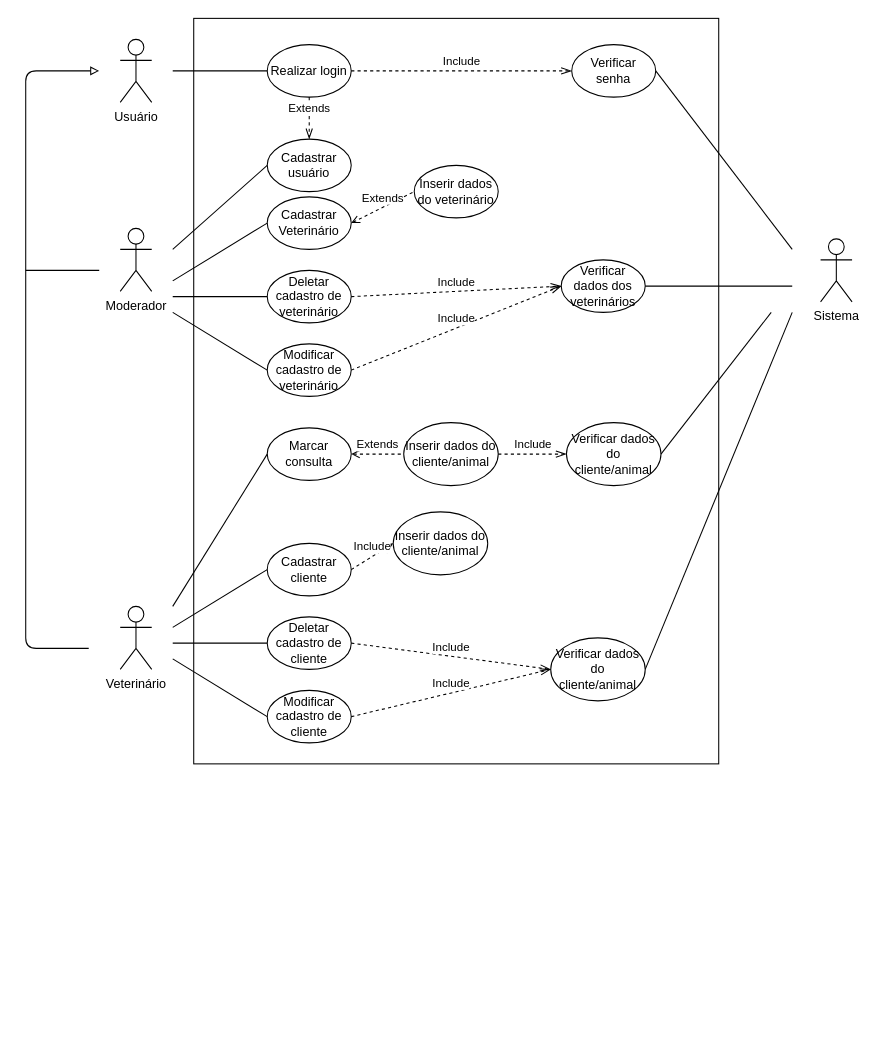
Robert-025/PetMed keeps this draw.io diagram as page "Caso de uso" (1 of 3) of PetMed(1).drawio. Above is the earlier version. Source tidied: cells renumbered, new cells numbered last; positions are measured from the earlier drawing's top-left corner, leaving out a move shared by most shapes. Both pictures are drawn from the tidied source at 105%, with x=0, y=0 at pixel (25, 18).
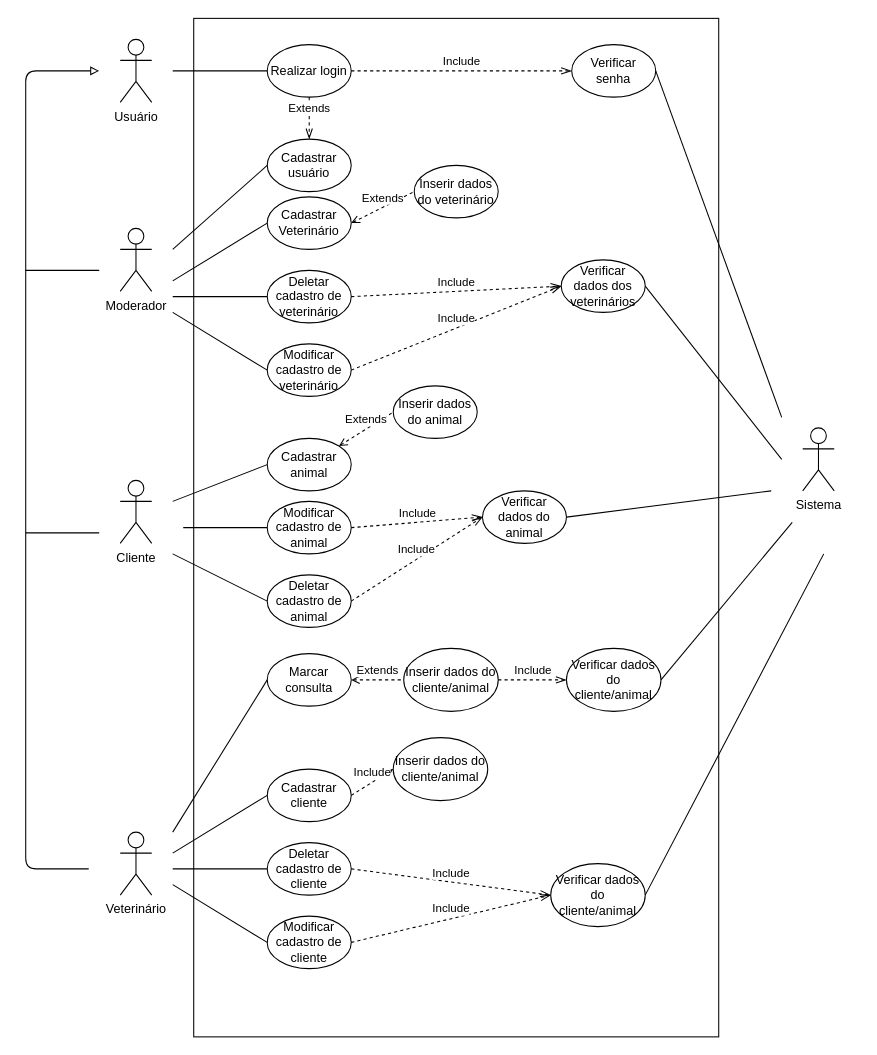
After the change.

Unchanged cells that the change refers to:
```xml
<mxCell id="27" value="Verificar senha" style="ellipse;whiteSpace=wrap;html=1;" parent="1" vertex="1">
  <mxGeometry x="520" y="25" width="80" height="50" as="geometry" />
</mxCell>
<mxCell id="32" value="Verificar dados dos veterinários" style="ellipse;whiteSpace=wrap;html=1;" parent="1" vertex="1">
  <mxGeometry x="510" y="230" width="80" height="50" as="geometry" />
</mxCell>
```

The edit, as a diff of the source:
```diff
@@
     <mxCell id="3" style="html=1;" parent="1" vertex="1">
-      <mxGeometry x="160" width="500" height="710" as="geometry" />
+      <mxGeometry x="160" width="500" height="970" as="geometry" />
     </mxCell>
     <mxCell id="4" value="Veterinário" style="shape=umlActor;verticalLabelPosition=bottom;verticalAlign=top;html=1;" parent="1" vertex="1">
-      <mxGeometry x="90" y="560" width="30" height="60" as="geometry" />
+      <mxGeometry x="90" y="775" width="30" height="60" as="geometry" />
     </mxCell>
@@
     <mxCell id="7" style="endArrow=block;html=1;endFill=0;" parent="1" edge="1">
       <mxGeometry relative="1" as="geometry">
-        <mxPoint x="60" y="600" as="sourcePoint" />
+        <mxPoint x="60" y="810" as="sourcePoint" />
         <mxPoint x="70" y="50" as="targetPoint" />
         <Array as="points">
-          <mxPoint y="600" />
+          <mxPoint y="810" />
           <mxPoint y="260" />
           <mxPoint y="50" />
         </Array>
       </mxGeometry>
     </mxCell>
@@
     <mxCell id="9" value="Cadastrar cliente" style="ellipse;whiteSpace=wrap;html=1;" parent="1" vertex="1">
-      <mxGeometry x="230" y="500" width="80" height="50" as="geometry" />
+      <mxGeometry x="230" y="715" width="80" height="50" as="geometry" />
     </mxCell>
     <mxCell id="10" value="Deletar cadastro de cliente" style="ellipse;whiteSpace=wrap;html=1;" parent="1" vertex="1">
-      <mxGeometry x="230" y="570" width="80" height="50" as="geometry" />
+      <mxGeometry x="230" y="785" width="80" height="50" as="geometry" />
     </mxCell>
     <mxCell id="11" value="Modificar cadastro de cliente" style="ellipse;whiteSpace=wrap;html=1;" parent="1" vertex="1">
-      <mxGeometry x="230" y="640" width="80" height="50" as="geometry" />
+      <mxGeometry x="230" y="855" width="80" height="50" as="geometry" />
     </mxCell>
     <mxCell id="12" style="endArrow=none;html=1;entryX=0;entryY=0.5;entryDx=0;entryDy=0;" parent="1" edge="1" target="10">
       <mxGeometry relative="1" as="geometry">
-        <mxPoint x="140" y="595" as="sourcePoint" />
+        <mxPoint x="140" y="810" as="sourcePoint" />
       </mxGeometry>
     </mxCell>
     <mxCell id="13" style="endArrow=none;html=1;entryX=0;entryY=0.5;entryDx=0;entryDy=0;" parent="1" edge="1" target="9">
       <mxGeometry relative="1" as="geometry">
-        <mxPoint x="140" y="580" as="sourcePoint" />
+        <mxPoint x="140" y="795" as="sourcePoint" />
       </mxGeometry>
     </mxCell>
     <mxCell id="14" style="endArrow=none;html=1;entryX=0;entryY=0.5;entryDx=0;entryDy=0;" parent="1" edge="1" target="11">
       <mxGeometry relative="1" as="geometry">
-        <mxPoint x="140" y="610" as="sourcePoint" />
+        <mxPoint x="140" y="825" as="sourcePoint" />
       </mxGeometry>
     </mxCell>
@@
     <mxCell id="29" value="Sistema" style="shape=umlActor;verticalLabelPosition=bottom;verticalAlign=top;html=1;" parent="1" vertex="1">
-      <mxGeometry x="757" y="210" width="30" height="60" as="geometry" />
+      <mxGeometry x="740" y="390" width="30" height="60" as="geometry" />
     </mxCell>
@@
     <mxCell id="31" value="Inserir dados do cliente/animal" style="ellipse;whiteSpace=wrap;html=1;" parent="1" vertex="1">
-      <mxGeometry x="350" y="470" width="90" height="60" as="geometry" />
+      <mxGeometry x="350" y="685" width="90" height="60" as="geometry" />
     </mxCell>
@@
     <mxCell id="33" value="Verificar dados do cliente/animal" style="ellipse;whiteSpace=wrap;html=1;" parent="1" vertex="1">
-      <mxGeometry x="500" y="590" width="90" height="60" as="geometry" />
+      <mxGeometry x="500" y="805" width="90" height="60" as="geometry" />
     </mxCell>
@@
     <mxCell id="36" style="endArrow=none;html=1;exitX=1;exitY=0.5;exitDx=0;exitDy=0;" parent="1" edge="1" source="33">
       <mxGeometry relative="1" as="geometry">
-        <mxPoint x="730" y="280" as="targetPoint" />
+        <mxPoint x="760" y="510" as="targetPoint" />
       </mxGeometry>
     </mxCell>
@@
     <mxCell id="39" style="endArrow=none;html=1;exitX=1;exitY=0.5;exitDx=0;exitDy=0;" parent="1" edge="1" source="32">
       <mxGeometry relative="1" as="geometry">
-        <mxPoint x="730" y="255" as="targetPoint" />
+        <mxPoint x="720" y="420" as="targetPoint" />
       </mxGeometry>
     </mxCell>
     <mxCell id="40" style="endArrow=none;html=1;exitX=1;exitY=0.5;exitDx=0;exitDy=0;" parent="1" edge="1" source="27">
       <mxGeometry relative="1" as="geometry">
-        <mxPoint x="730" y="220" as="targetPoint" />
+        <mxPoint x="720" y="380" as="targetPoint" />
       </mxGeometry>
     </mxCell>
@@
     <mxCell id="42" value="Marcar consulta" style="ellipse;whiteSpace=wrap;html=1;" parent="1" vertex="1">
-      <mxGeometry x="230" y="390" width="80" height="50" as="geometry" />
+      <mxGeometry x="230" y="605" width="80" height="50" as="geometry" />
     </mxCell>
     <mxCell id="43" style="endArrow=none;html=1;entryX=0;entryY=0.5;entryDx=0;entryDy=0;" parent="1" edge="1" target="42">
       <mxGeometry relative="1" as="geometry">
-        <mxPoint x="140" y="560" as="sourcePoint" />
+        <mxPoint x="140" y="775" as="sourcePoint" />
       </mxGeometry>
     </mxCell>
@@
     <mxCell id="45" value="Inserir dados do cliente/animal" style="ellipse;whiteSpace=wrap;html=1;" parent="1" vertex="1">
-      <mxGeometry x="360" y="385" width="90" height="60" as="geometry" />
+      <mxGeometry x="360" y="600" width="90" height="60" as="geometry" />
     </mxCell>
     <mxCell id="46" value="Verificar dados do cliente/animal" style="ellipse;whiteSpace=wrap;html=1;" parent="1" vertex="1">
-      <mxGeometry x="515" y="385" width="90" height="60" as="geometry" />
+      <mxGeometry x="515" y="600" width="90" height="60" as="geometry" />
     </mxCell>
@@
     <mxCell id="48" style="endArrow=none;html=1;exitX=1;exitY=0.5;exitDx=0;exitDy=0;" parent="1" edge="1" source="46">
       <mxGeometry relative="1" as="geometry">
-        <mxPoint x="710" y="280" as="targetPoint" />
+        <mxPoint x="730" y="480" as="targetPoint" />
       </mxGeometry>
     </mxCell>
+    <mxCell id="49" value="Cliente" style="shape=umlActor;verticalLabelPosition=bottom;verticalAlign=top;html=1;" parent="1" vertex="1">
+      <mxGeometry x="90" y="440" width="30" height="60" as="geometry" />
+    </mxCell>
+    <mxCell id="50" style="endArrow=none;html=1;" parent="1" edge="1">
+      <mxGeometry relative="1" as="geometry">
+        <mxPoint y="490" as="sourcePoint" />
+        <mxPoint x="70" y="490" as="targetPoint" />
+      </mxGeometry>
+    </mxCell>
+    <mxCell id="51" value="Cadastrar animal" style="ellipse;whiteSpace=wrap;html=1;" parent="1" vertex="1">
+      <mxGeometry x="230" y="400" width="80" height="50" as="geometry" />
+    </mxCell>
+    <mxCell id="52" value="Modificar cadastro de animal" style="ellipse;whiteSpace=wrap;html=1;" parent="1" vertex="1">
+      <mxGeometry x="230" y="460" width="80" height="50" as="geometry" />
+    </mxCell>
+    <mxCell id="53" value="Deletar cadastro de animal" style="ellipse;whiteSpace=wrap;html=1;" parent="1" vertex="1">
+      <mxGeometry x="230" y="530" width="80" height="50" as="geometry" />
+    </mxCell>
+    <mxCell id="54" style="endArrow=none;html=1;entryX=0;entryY=0.5;entryDx=0;entryDy=0;" parent="1" edge="1" target="51">
+      <mxGeometry relative="1" as="geometry">
+        <mxPoint x="140" y="460" as="sourcePoint" />
+      </mxGeometry>
+    </mxCell>
+    <mxCell id="55" style="endArrow=none;html=1;entryX=0;entryY=0.5;entryDx=0;entryDy=0;" parent="1" edge="1" target="52">
+      <mxGeometry relative="1" as="geometry">
+        <mxPoint x="150" y="485" as="sourcePoint" />
+      </mxGeometry>
+    </mxCell>
+    <mxCell id="56" style="endArrow=none;html=1;entryX=0;entryY=0.5;entryDx=0;entryDy=0;" parent="1" edge="1" target="53">
+      <mxGeometry relative="1" as="geometry">
+        <mxPoint x="140" y="510" as="sourcePoint" />
+      </mxGeometry>
+    </mxCell>
+    <mxCell id="57" value="Inserir dados do animal" style="ellipse;whiteSpace=wrap;html=1;" parent="1" vertex="1">
+      <mxGeometry x="350" y="350" width="80" height="50" as="geometry" />
+    </mxCell>
+    <mxCell id="58" value="Extends" style="html=1;verticalAlign=bottom;endArrow=none;dashed=1;endSize=8;endFill=0;exitX=1;exitY=0;exitDx=0;exitDy=0;entryX=0;entryY=0.5;entryDx=0;entryDy=0;startArrow=open;startFill=0;" parent="1" edge="1" source="51" target="57">
+      <mxGeometry relative="1" as="geometry" />
+    </mxCell>
+    <mxCell id="59" value="Verificar dados do animal" style="ellipse;whiteSpace=wrap;html=1;" parent="1" vertex="1">
+      <mxGeometry x="435" y="450" width="80" height="50" as="geometry" />
+    </mxCell>
+    <mxCell id="60" value="Include" style="html=1;verticalAlign=bottom;endArrow=openThin;dashed=1;endSize=8;endFill=0;exitX=1;exitY=0.5;exitDx=0;exitDy=0;entryX=0;entryY=0.5;entryDx=0;entryDy=0;" parent="1" edge="1" source="52" target="59">
+      <mxGeometry relative="1" as="geometry" />
+    </mxCell>
+    <mxCell id="61" value="Include" style="html=1;verticalAlign=bottom;endArrow=openThin;dashed=1;endSize=8;endFill=0;entryX=0;entryY=0.5;entryDx=0;entryDy=0;exitX=1;exitY=0.5;exitDx=0;exitDy=0;" parent="1" edge="1" source="53" target="59">
+      <mxGeometry relative="1" as="geometry" />
+    </mxCell>
+    <mxCell id="62" style="endArrow=none;html=1;exitX=1;exitY=0.5;exitDx=0;exitDy=0;" parent="1" edge="1" source="59">
+      <mxGeometry relative="1" as="geometry">
+        <mxPoint x="710" y="450" as="targetPoint" />
+      </mxGeometry>
+    </mxCell>
```
